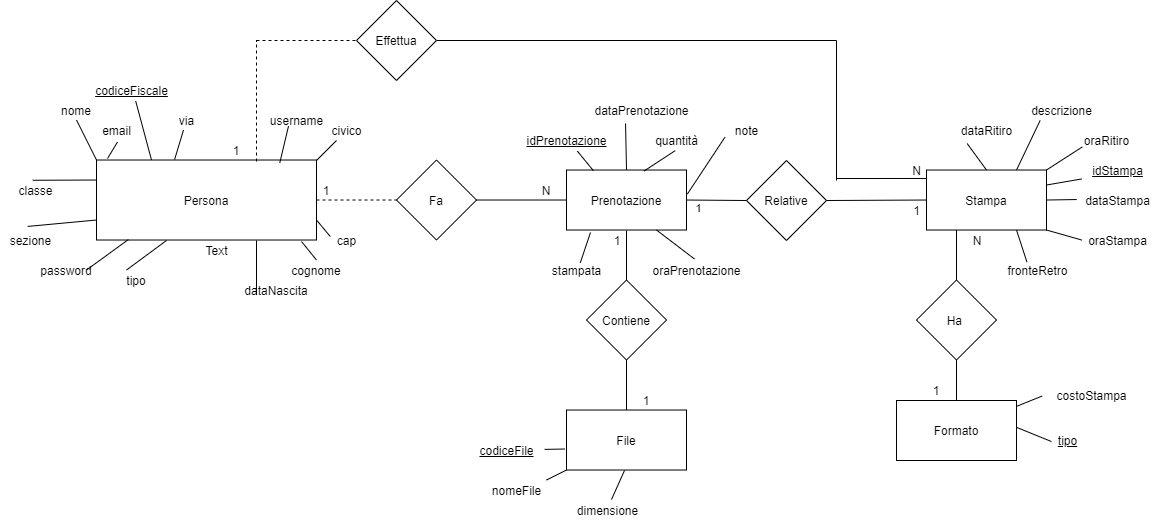
Above: Documentazione/Progettazione/ER RISTRUTTURATO .png in Depog/ProgettoInformatica (draw.io), before the change. Source tidied: cells renumbered, new cells last; positions are measured from the earlier drawing's top-left corner, leaving out a move shared by most shapes.
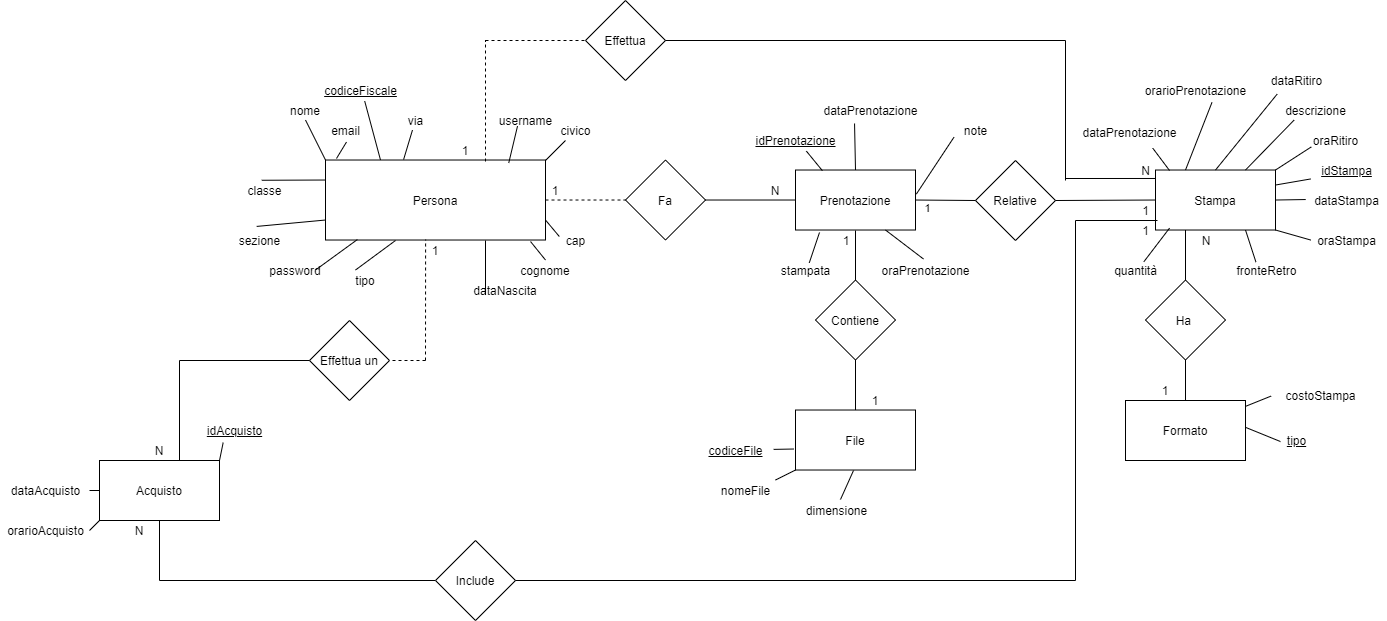
After the commit.

The edit, as a diff of the source:
```diff
@@ -65,6 +65,14 @@
     <mxCell id="22" value="1" style="text;html=1;strokeColor=none;fillColor=none;align=center;verticalAlign=middle;whiteSpace=wrap;rounded=0;" parent="1" vertex="1">
       <mxGeometry x="306" y="179.5" width="40" height="20" as="geometry" />
     </mxCell>
+    <mxCell id="98" style="endArrow=none;dashed=1;html=1;entryX=0.455;entryY=0.994;entryDx=0;entryDy=0;entryPerimeter=0;" parent="1" edge="1" target="17">
+      <mxGeometry relative="1" as="geometry">
+        <mxPoint x="196" y="360" as="sourcePoint" />
+      </mxGeometry>
+    </mxCell>
+    <mxCell id="99" value="1" style="text;html=1;strokeColor=none;fillColor=none;align=center;verticalAlign=middle;whiteSpace=wrap;rounded=0;" parent="1" vertex="1">
+      <mxGeometry x="186" y="239.5" width="40" height="20" as="geometry" />
+    </mxCell>
     <mxCell id="23" value="&lt;u&gt;codiceFiscale&lt;/u&gt;" style="text;html=1;align=center;verticalAlign=middle;points=[];" parent="1" vertex="1">
       <mxGeometry x="86" y="80" width="90" height="20" as="geometry" />
     </mxCell>
@@ -112,9 +120,6 @@
     <mxCell id="37" value="&lt;u&gt;idPrenotazione&lt;/u&gt;" style="text;html=1;align=center;verticalAlign=middle;points=[];" parent="1" vertex="1">
       <mxGeometry x="516" y="129.5" width="100" height="20" as="geometry" />
     </mxCell>
-    <mxCell id="38" value="quantità" style="text;html=1;align=center;verticalAlign=middle;points=[];" parent="1" vertex="1">
-      <mxGeometry x="646" y="129.5" width="60" height="20" as="geometry" />
-    </mxCell>
     <mxCell id="39" value="dataPrenotazione" style="text;html=1;align=center;verticalAlign=middle;points=[];" parent="1" vertex="1">
       <mxGeometry x="586" y="100" width="110" height="20" as="geometry" />
     </mxCell>
@@ -130,9 +135,6 @@
     <mxCell id="43" style="endArrow=none;html=1;entryX=0.609;entryY=1.056;entryDx=0;entryDy=0;entryPerimeter=0;exitX=0.224;exitY=0.011;exitDx=0;exitDy=0;exitPerimeter=0;" parent="1" edge="1" source="2" target="37">
       <mxGeometry relative="1" as="geometry" />
     </mxCell>
-    <mxCell id="44" style="endArrow=none;html=1;entryX=0.478;entryY=1.032;entryDx=0;entryDy=0;entryPerimeter=0;exitX=0.647;exitY=0.016;exitDx=0;exitDy=0;exitPerimeter=0;" parent="1" edge="1" source="2" target="38">
-      <mxGeometry relative="1" as="geometry" />
-    </mxCell>
     <mxCell id="45" style="endArrow=none;html=1;entryX=0.355;entryY=1.15;entryDx=0;entryDy=0;entryPerimeter=0;exitX=0.5;exitY=0;exitDx=0;exitDy=0;" parent="1" edge="1" source="2" target="39">
       <mxGeometry relative="1" as="geometry" />
     </mxCell>
@@ -261,8 +263,71 @@
     <mxCell id="79" style="endArrow=none;html=1;entryX=0.386;entryY=0.804;entryDx=0;entryDy=0;entryPerimeter=0;exitX=0.833;exitY=0.036;exitDx=0;exitDy=0;exitPerimeter=0;" parent="1" edge="1" source="17" target="78">
       <mxGeometry relative="1" as="geometry" />
     </mxCell>
+    <mxCell id="100" value="Effettua un" style="rhombus;whiteSpace=wrap;html=1;" parent="1" vertex="1">
+      <mxGeometry x="80" y="320" width="80" height="80" as="geometry" />
+    </mxCell>
+    <mxCell id="101" value="N" style="text;html=1;strokeColor=none;fillColor=none;align=center;verticalAlign=middle;whiteSpace=wrap;rounded=0;" parent="1" vertex="1">
+      <mxGeometry x="-90" y="440" width="40" height="20" as="geometry" />
+    </mxCell>
+    <mxCell id="102" value="Acquisto" style="rounded=0;whiteSpace=wrap;html=1;" parent="1" vertex="1">
+      <mxGeometry x="-130" y="460" width="120" height="60" as="geometry" />
+    </mxCell>
+    <mxCell id="103" style="endArrow=none;html=1;entryX=0;entryY=0.5;entryDx=0;entryDy=0;" parent="1" edge="1" target="100">
+      <mxGeometry relative="1" as="geometry">
+        <mxPoint x="-50" y="360" as="sourcePoint" />
+      </mxGeometry>
+    </mxCell>
+    <mxCell id="104" style="endArrow=none;html=1;" parent="1" edge="1">
+      <mxGeometry relative="1" as="geometry">
+        <mxPoint x="-50" y="460" as="sourcePoint" />
+        <mxPoint x="-50" y="360" as="targetPoint" />
+      </mxGeometry>
+    </mxCell>
+    <mxCell id="105" style="endArrow=none;html=1;entryX=0.5;entryY=1;entryDx=0;entryDy=0;" parent="1" edge="1" target="102">
+      <mxGeometry relative="1" as="geometry">
+        <mxPoint x="-70" y="580" as="sourcePoint" />
+      </mxGeometry>
+    </mxCell>
+    <mxCell id="106" style="endArrow=none;html=1;entryX=0;entryY=0.5;entryDx=0;entryDy=0;" parent="1" edge="1" target="115">
+      <mxGeometry relative="1" as="geometry">
+        <mxPoint x="-70" y="580" as="sourcePoint" />
+      </mxGeometry>
+    </mxCell>
+    <mxCell id="107" value="N" style="text;html=1;strokeColor=none;fillColor=none;align=center;verticalAlign=middle;whiteSpace=wrap;rounded=0;" parent="1" vertex="1">
+      <mxGeometry x="-110" y="520" width="40" height="20" as="geometry" />
+    </mxCell>
+    <mxCell id="108" value="&lt;u&gt;idAcquisto&lt;/u&gt;" style="text;html=1;align=center;verticalAlign=middle;points=[];" parent="1" vertex="1">
+      <mxGeometry x="-30" y="420" width="70" height="20" as="geometry" />
+    </mxCell>
+    <mxCell id="109" style="endArrow=none;html=1;entryX=0.338;entryY=1.108;entryDx=0;entryDy=0;entryPerimeter=0;exitX=1;exitY=0;exitDx=0;exitDy=0;" parent="1" edge="1" source="102" target="108">
+      <mxGeometry relative="1" as="geometry" />
+    </mxCell>
+    <mxCell id="110" style="endArrow=none;html=1;entryX=0;entryY=0.5;entryDx=0;entryDy=0;" parent="1" edge="1" target="102">
+      <mxGeometry relative="1" as="geometry">
+        <mxPoint x="-140" y="490" as="sourcePoint" />
+      </mxGeometry>
+    </mxCell>
+    <mxCell id="111" style="endArrow=none;html=1;entryX=0;entryY=1;entryDx=0;entryDy=0;" parent="1" edge="1" target="102">
+      <mxGeometry relative="1" as="geometry">
+        <mxPoint x="-140" y="530" as="sourcePoint" />
+      </mxGeometry>
+    </mxCell>
+    <mxCell id="112" style="endArrow=none;dashed=1;html=1;entryX=1;entryY=0.5;entryDx=0;entryDy=0;" parent="1" edge="1" target="100">
+      <mxGeometry relative="1" as="geometry">
+        <mxPoint x="196" y="360" as="sourcePoint" />
+      </mxGeometry>
+    </mxCell>
+    <mxCell id="113" value="dataAcquisto" style="text;html=1;align=center;verticalAlign=middle;" parent="1" vertex="1">
+      <mxGeometry x="-224" y="479.5" width="80" height="20" as="geometry" />
+    </mxCell>
+    <mxCell id="114" value="orarioAcquisto" style="text;html=1;align=center;verticalAlign=middle;" parent="1" vertex="1">
+      <mxGeometry x="-229" y="520" width="90" height="20" as="geometry" />
+    </mxCell>
+    <mxCell id="115" value="Include" style="rhombus;whiteSpace=wrap;html=1;" parent="1" vertex="1">
+      <mxGeometry x="206" y="540" width="80" height="80" as="geometry" />
+    </mxCell>
     <mxCell id="80" value="dataRitiro" style="text;html=1;align=center;verticalAlign=middle;points=[];" parent="1" vertex="1">
-      <mxGeometry x="951" y="119.5" width="70" height="20" as="geometry" />
+      <mxGeometry x="1032" y="70" width="70" height="20" as="geometry" />
     </mxCell>
     <mxCell id="81" style="endArrow=none;html=1;entryX=0.5;entryY=0;entryDx=0;entryDy=0;exitX=0.224;exitY=1.179;exitDx=0;exitDy=0;exitPerimeter=0;" parent="1" edge="1" source="80" target="11">
       <mxGeometry relative="1" as="geometry" />
@@ -275,6 +340,23 @@
         <mxPoint x="626" y="230" as="targetPoint" />
       </mxGeometry>
     </mxCell>
+    <mxCell id="116" style="endArrow=none;html=1;exitX=1;exitY=0.5;exitDx=0;exitDy=0;" parent="1" edge="1" source="115">
+      <mxGeometry relative="1" as="geometry">
+        <mxPoint x="846" y="580" as="targetPoint" />
+      </mxGeometry>
+    </mxCell>
+    <mxCell id="117" style="endArrow=none;html=1;" parent="1" edge="1">
+      <mxGeometry relative="1" as="geometry">
+        <mxPoint x="846" y="580" as="sourcePoint" />
+        <mxPoint x="846" y="220" as="targetPoint" />
+      </mxGeometry>
+    </mxCell>
+    <mxCell id="118" style="endArrow=none;html=1;" parent="1" edge="1">
+      <mxGeometry relative="1" as="geometry">
+        <mxPoint x="846" y="220" as="sourcePoint" />
+        <mxPoint x="928" y="220" as="targetPoint" />
+      </mxGeometry>
+    </mxCell>
     <mxCell id="84" value="1" style="text;html=1;align=center;verticalAlign=middle;" parent="1" vertex="1">
       <mxGeometry x="906" y="199.5" width="20" height="20" as="geometry" />
     </mxCell>
@@ -308,14 +390,32 @@
     <mxCell id="94" style="endArrow=none;html=1;entryX=1;entryY=0.5;entryDx=0;entryDy=0;exitX=0;exitY=0.5;exitDx=0;exitDy=0;" parent="1" edge="1" source="11" target="91">
       <mxGeometry relative="1" as="geometry" />
     </mxCell>
+    <mxCell id="119" value="1" style="text;html=1;align=center;verticalAlign=middle;" parent="1" vertex="1">
+      <mxGeometry x="906" y="220" width="20" height="20" as="geometry" />
+    </mxCell>
     <mxCell id="95" value="descrizione" style="text;html=1;align=center;verticalAlign=middle;points=[];" parent="1" vertex="1">
-      <mxGeometry x="1021" y="100" width="80" height="20" as="geometry" />
+      <mxGeometry x="1046" y="99.5" width="80" height="20" as="geometry" />
     </mxCell>
     <mxCell id="96" style="endArrow=none;html=1;exitX=0.75;exitY=0;exitDx=0;exitDy=0;entryX=0.233;entryY=1;entryDx=0;entryDy=0;entryPerimeter=0;" parent="1" edge="1" source="11" target="95">
       <mxGeometry relative="1" as="geometry" />
     </mxCell>
-    <mxCell id="97" value="Text" style="text;html=1;align=center;verticalAlign=middle;" parent="1" vertex="1">
-      <mxGeometry x="196" y="240" width="40" height="20" as="geometry" />
-    </mxCell>
+    <mxCell id="120" value="orarioPrenotazione" style="text;html=1;align=center;verticalAlign=middle;points=[];" parent="1" vertex="1">
+      <mxGeometry x="906" y="80" width="120" height="20" as="geometry" />
+    </mxCell>
+    <mxCell id="121" style="endArrow=none;html=1;exitX=0.25;exitY=0;exitDx=0;exitDy=0;entryX=0.637;entryY=1.1;entryDx=0;entryDy=0;entryPerimeter=0;" parent="1" edge="1" source="11" target="120">
+      <mxGeometry relative="1" as="geometry" />
+    </mxCell>
+    <mxCell id="122" value="dataPrenotazione" style="text;html=1;align=center;verticalAlign=middle;points=[];" parent="1" vertex="1">
+      <mxGeometry x="845" y="122" width="110" height="20" as="geometry" />
+    </mxCell>
+    <mxCell id="123" style="endArrow=none;html=1;exitX=0.117;exitY=0.008;exitDx=0;exitDy=0;exitPerimeter=0;entryX=0.711;entryY=1.28;entryDx=0;entryDy=0;entryPerimeter=0;" parent="1" edge="1" source="11" target="122">
+      <mxGeometry relative="1" as="geometry" />
+    </mxCell>
+    <mxCell id="38" value="quantità" style="text;html=1;align=center;verticalAlign=middle;points=[];" parent="1" vertex="1">
+      <mxGeometry x="876" y="259.5" width="60" height="20" as="geometry" />
+    </mxCell>
+    <mxCell id="124" style="endArrow=none;html=1;entryX=0.117;entryY=0.968;entryDx=0;entryDy=0;entryPerimeter=0;exitX=0.64;exitY=0.084;exitDx=0;exitDy=0;exitPerimeter=0;" parent="1" edge="1" source="38" target="11">
+      <mxGeometry relative="1" as="geometry" />
+    </mxCell>
   </root>
 </mxGraphModel>
```
